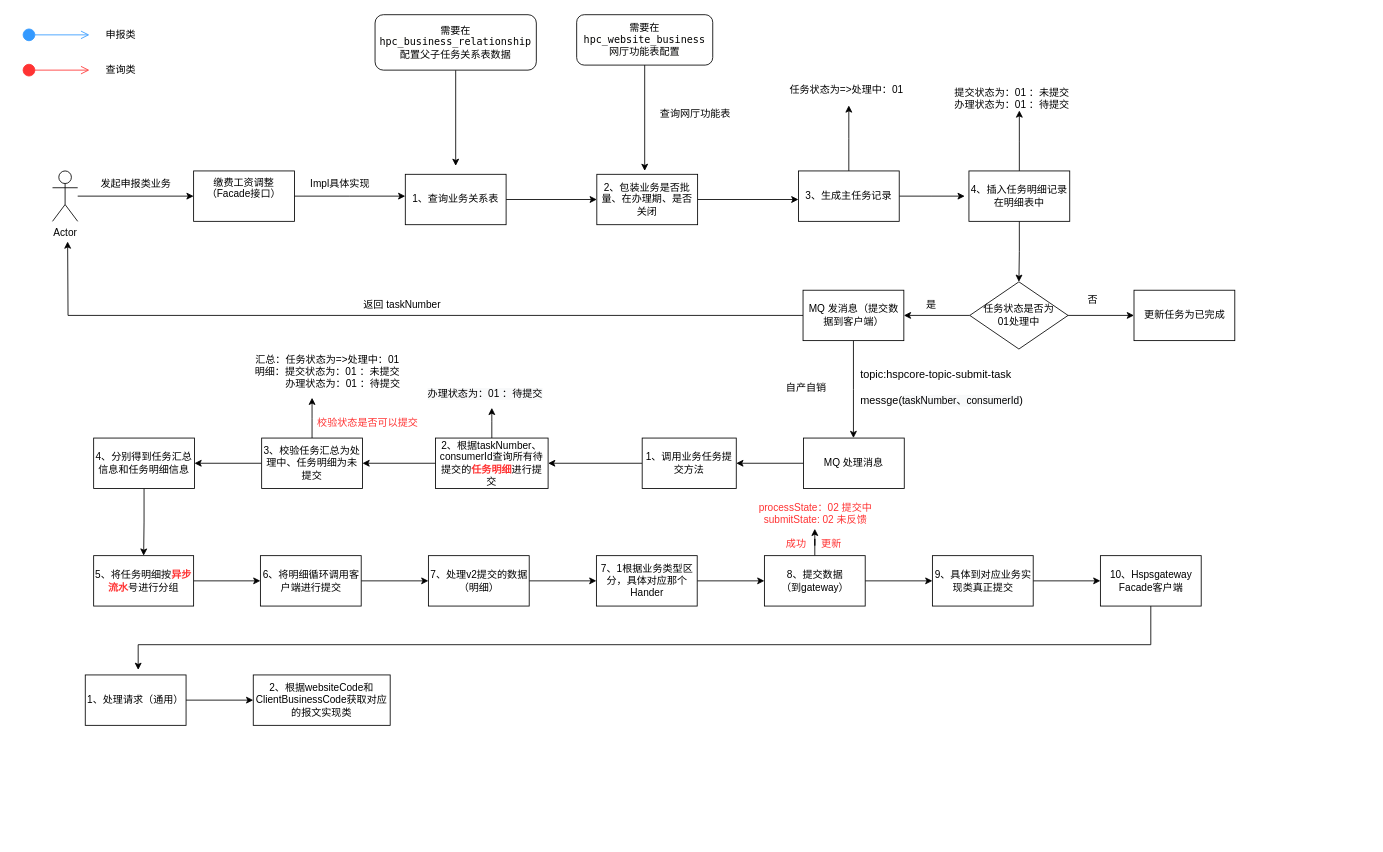
YYB1024/myRemoteRepo keeps this draw.io diagram as 人社底层详细解析流程图.drawio. Above is the earlier version. Source tidied: cells renumbered, new cells numbered last; positions are measured from the earlier drawing's top-left corner, leaving out a move shared by most shapes. Both pictures are drawn from the tidied source at 84%, with x=0, y=0 at pixel (22, 14).
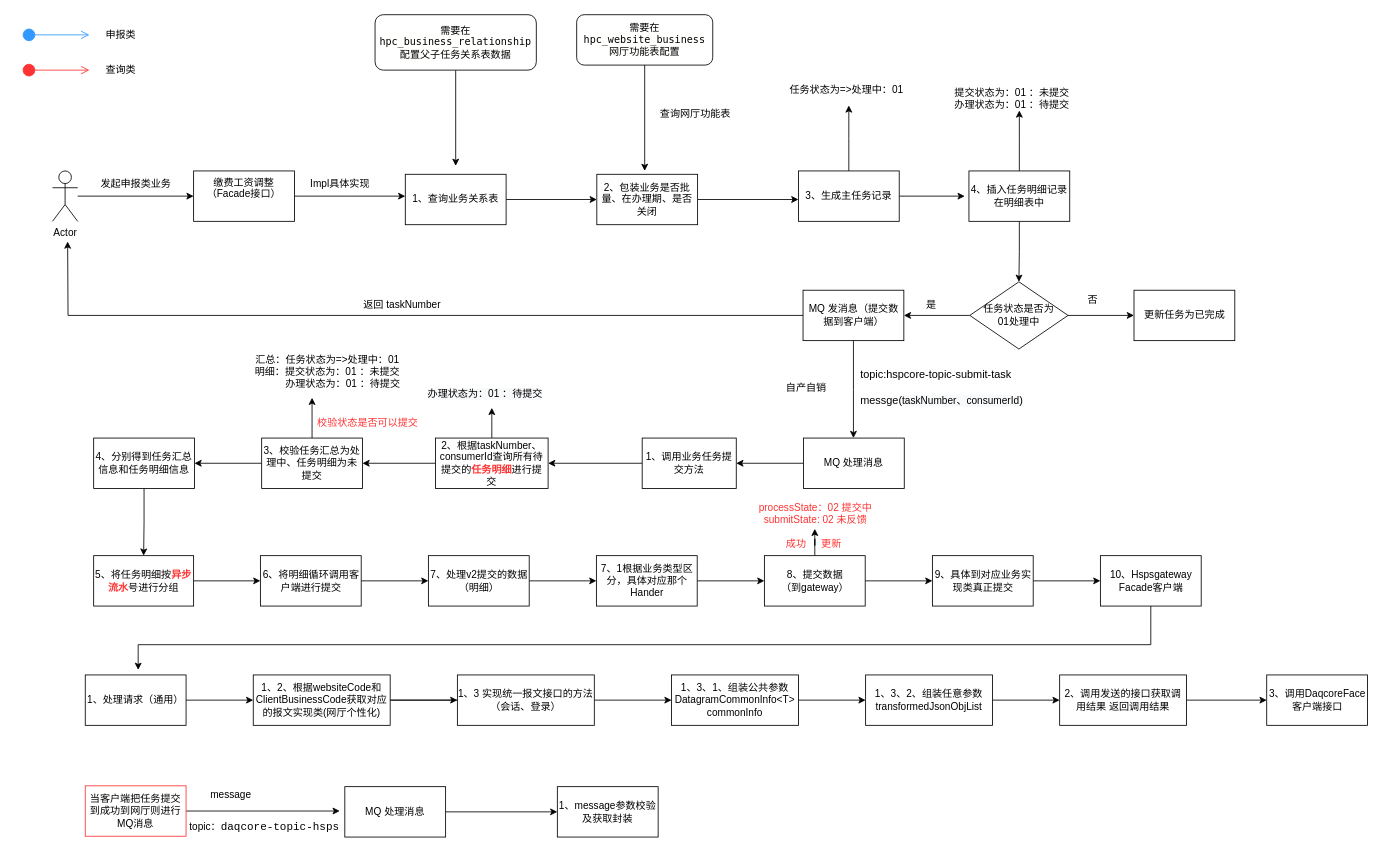
After the change.

Commit message:
更新人社底层详细解析流程图.drawio

What changed in the source:
```diff
@@
+    <mxCell id="77" style="edgeStyle=orthogonalEdgeStyle;rounded=0;jettySize=auto;html=1;" parent="1" edge="1" source="76">
+      <mxGeometry relative="1" as="geometry">
+        <mxPoint x="539.5" y="816" as="targetPoint" />
+      </mxGeometry>
+    </mxCell>
+    <mxCell id="78" style="edgeStyle=orthogonalEdgeStyle;rounded=0;jettySize=auto;html=1;" parent="1" edge="1" source="76" target="80">
+      <mxGeometry relative="1" as="geometry" />
+    </mxCell>
-    <mxCell id="76" value="&lt;font color=&quot;#000000&quot;&gt;2、根据websiteCode和ClientBusinessCode获取对应的报文实现类&lt;br&gt;&lt;/font&gt;" style="whiteSpace=wrap;html=1;fontColor=#FFFFFF;" parent="1" vertex="1">
+    <mxCell id="76" value="&lt;font color=&quot;#000000&quot;&gt;1、2、根据websiteCode和ClientBusinessCode获取对应的报文实现类(网厅个性化)&lt;br&gt;&lt;/font&gt;" style="whiteSpace=wrap;html=1;fontColor=#FFFFFF;" parent="1" vertex="1">
       <mxGeometry x="275" y="786" width="163" height="60" as="geometry" />
     </mxCell>
+    <mxCell id="79" style="edgeStyle=orthogonalEdgeStyle;rounded=0;jettySize=auto;html=1;" parent="1" edge="1" source="80" target="82">
+      <mxGeometry relative="1" as="geometry" />
+    </mxCell>
+    <mxCell id="80" value="&lt;font color=&quot;#000000&quot;&gt;1、3 实现统一报文接口的方法（会话、登录）&lt;br&gt;&lt;/font&gt;" style="whiteSpace=wrap;html=1;fontColor=#FFFFFF;" parent="1" vertex="1">
+      <mxGeometry x="518" y="786" width="163" height="60" as="geometry" />
+    </mxCell>
+    <mxCell id="81" style="edgeStyle=orthogonalEdgeStyle;rounded=0;jettySize=auto;html=1;fontColor=#000000;" parent="1" edge="1" source="82" target="84">
+      <mxGeometry relative="1" as="geometry" />
+    </mxCell>
+    <mxCell id="82" value="&lt;font color=&quot;#000000&quot;&gt;1、3、1、组装公共参数&lt;br&gt;DatagramCommonInfo&amp;lt;T&amp;gt; commonInfo&lt;br&gt;&lt;/font&gt;" style="whiteSpace=wrap;html=1;fontColor=#FFFFFF;fillColor=default;" parent="1" vertex="1">
+      <mxGeometry x="773" y="786" width="151" height="60" as="geometry" />
+    </mxCell>
+    <mxCell id="83" style="edgeStyle=orthogonalEdgeStyle;rounded=0;jettySize=auto;html=1;fontColor=#000000;" parent="1" edge="1" source="84" target="86">
+      <mxGeometry relative="1" as="geometry" />
+    </mxCell>
+    <mxCell id="84" value="&lt;font color=&quot;#000000&quot;&gt;1、3、2、组装任意参数&lt;br&gt;transformedJsonObjList&lt;br&gt;&lt;/font&gt;" style="whiteSpace=wrap;html=1;fontColor=#FFFFFF;fillColor=default;" parent="1" vertex="1">
+      <mxGeometry x="1004" y="786" width="151" height="60" as="geometry" />
+    </mxCell>
+    <mxCell id="85" style="edgeStyle=orthogonalEdgeStyle;rounded=0;jettySize=auto;html=1;fontColor=#000000;" parent="1" edge="1" source="86" target="87">
+      <mxGeometry relative="1" as="geometry" />
+    </mxCell>
+    <mxCell id="86" value="&lt;span style=&quot;color: rgb(0, 0, 0);&quot;&gt;2、调用发送的接口获取调用结果 返回调用结果&lt;/span&gt;" style="whiteSpace=wrap;html=1;fontColor=#FFFFFF;fillColor=default;" parent="1" vertex="1">
+      <mxGeometry x="1235" y="786" width="151" height="60" as="geometry" />
+    </mxCell>
+    <mxCell id="87" value="3、调用DaqcoreFace客户端接口" style="whiteSpace=wrap;html=1;fontColor=default;fillColor=#FFFFFF;" parent="1" vertex="1">
+      <mxGeometry x="1481.5" y="786" width="120" height="60" as="geometry" />
+    </mxCell>
+    <mxCell id="88" style="edgeStyle=orthogonalEdgeStyle;rounded=0;jettySize=auto;html=1;fontColor=#000000;" parent="1" edge="1" source="89">
+      <mxGeometry relative="1" as="geometry">
+        <mxPoint x="378" y="948" as="targetPoint" />
+      </mxGeometry>
+    </mxCell>
+    <mxCell id="89" value="当客户端把任务提交到成功到网厅则进行MQ消息" style="rounded=0;whiteSpace=wrap;html=1;fontColor=default;fillColor=#FFFFFF;labelBorderColor=none;labelBackgroundColor=none;strokeColor=#FF3333;" parent="1" vertex="1">
+      <mxGeometry x="75" y="918" width="120" height="60" as="geometry" />
+    </mxCell>
+    <mxCell id="90" style="edgeStyle=orthogonalEdgeStyle;rounded=0;jettySize=auto;html=1;fontColor=#000000;" parent="1" edge="1" source="91" target="94">
+      <mxGeometry relative="1" as="geometry" />
+    </mxCell>
+    <mxCell id="91" value="MQ 处理消息" style="rounded=0;whiteSpace=wrap;html=1;" parent="1" vertex="1">
+      <mxGeometry x="384" y="919" width="120" height="60" as="geometry" />
+    </mxCell>
+    <mxCell id="92" value="&lt;span style=&quot;background-color: rgb(255, 255, 255);&quot;&gt;topic：&lt;span style=&quot;font-family: &amp;quot;JetBrains Mono&amp;quot;, monospace; font-size: 9.8pt;&quot;&gt;daqcore-topic-hsps&lt;/span&gt;&lt;/span&gt;" style="text;html=1;align=center;verticalAlign=middle;strokeColor=none;fillColor=none;fontColor=default;" parent="1" vertex="1">
+      <mxGeometry x="192" y="955" width="192" height="24" as="geometry" />
+    </mxCell>
+    <mxCell id="93" value="message" style="text;html=1;align=center;verticalAlign=middle;strokeColor=none;fillColor=none;fontColor=#000000;" parent="1" vertex="1">
+      <mxGeometry x="215" y="917" width="66" height="24" as="geometry" />
+    </mxCell>
+    <mxCell id="94" value="1、message参数校验及获取封装" style="whiteSpace=wrap;html=1;rounded=0;" parent="1" vertex="1">
+      <mxGeometry x="637" y="919" width="120" height="60" as="geometry" />
+    </mxCell>
```
